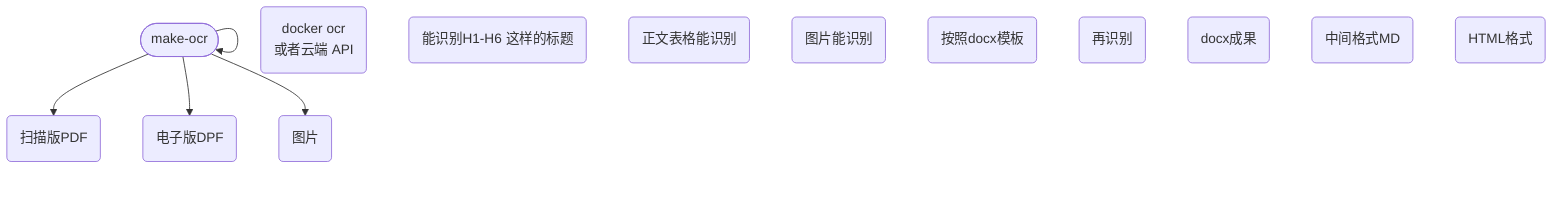
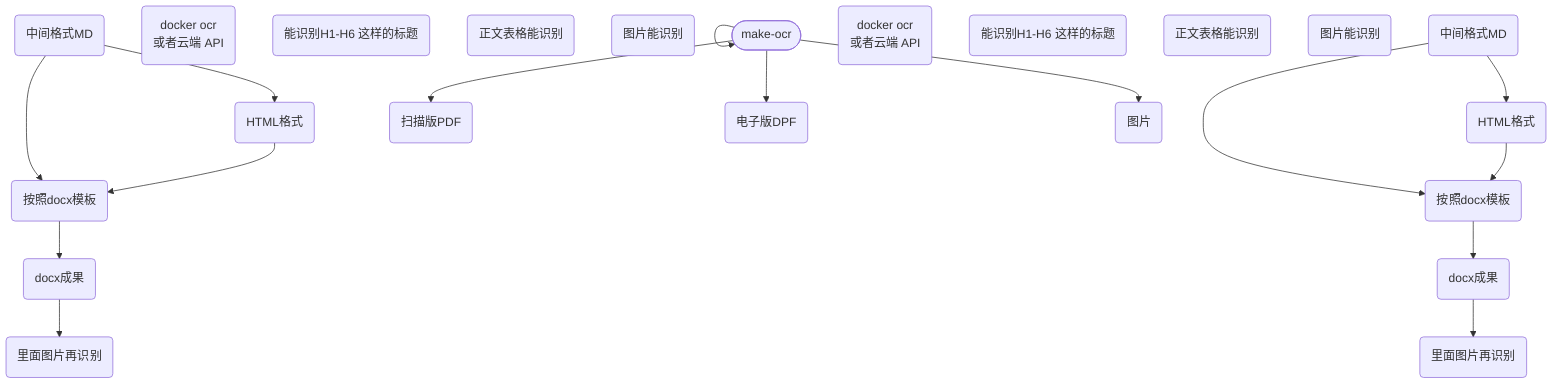
flowchart TD
  n_0(["make-ocr"])
  n_1("扫描版PDF")
  n_2("电子版DPF")
  n_3("docker ocr<br/>或者云端 API")
  n_4("图片")
  n_5("能识别H1-H6 这样的标题")
  n_6("正文表格能识别")
  n_7("图片能识别")
  n_8("按照docx模板")
-   n_9("再识别")
+   n_9("里面图片再识别")
  n_10("docx成果")
  n_11("中间格式MD")
  n_12("HTML格式")
+   n_13("docker ocr<br/>或者云端 API")
+   n_14("能识别H1-H6 这样的标题")
+   n_15("正文表格能识别")
+   n_16("图片能识别")
+   n_17("按照docx模板")
+   n_18("里面图片再识别")
+   n_19("docx成果")
+   n_20("中间格式MD")
+   n_21("HTML格式")
  n_0 --> n_0
  n_0 --> n_1
  n_0 --> n_2
  n_0 --> n_4
+   n_11 --> n_8
+   n_11 --> n_12
+   n_12 --> n_8
+   n_8 --> n_10
+   n_10 --> n_9
+   n_20 --> n_17
+   n_20 --> n_21
+   n_21 --> n_17
+   n_17 --> n_19
+   n_19 --> n_18
